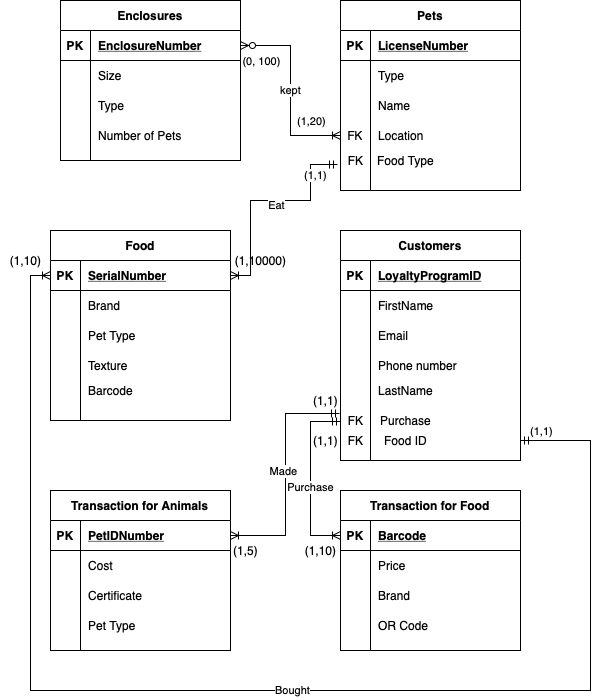
The draw.io diagram images/PetShop.png in lqr5252/Lab-1, before a commit. Source tidied: cells renumbered, new cells last; positions are measured from the earlier drawing's top-left corner, leaving out a move shared by most shapes.
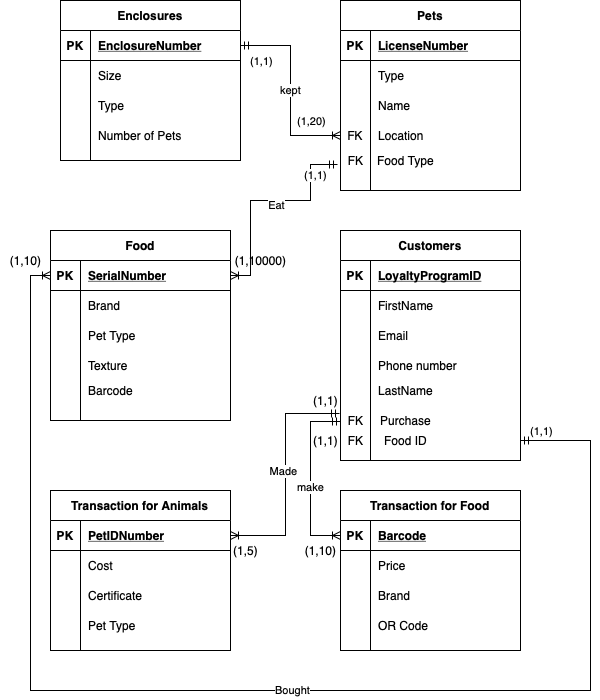
The same diagram one commit later.

The edit, as a diff of the source:
```diff
@@ -158,10 +158,10 @@
     <mxCell id="53" value="Number of Pets" style="shape=partialRectangle;fillColor=none;top=0;left=0;bottom=0;right=0;align=left;spacingLeft=6;overflow=hidden;" parent="51" vertex="1">
       <mxGeometry x="30" width="150" height="30" as="geometry" />
     </mxCell>
-    <mxCell id="54" value="kept" style="edgeStyle=orthogonalEdgeStyle;rounded=0;jettySize=auto;html=1;exitX=1;exitY=0.5;exitDx=0;exitDy=0;entryX=0;entryY=0.5;entryDx=0;entryDy=0;startArrow=ERzeroToMany;startFill=1;endArrow=ERoneToMany;endFill=0;" parent="1" edge="1" source="42" target="38">
+    <mxCell id="54" value="kept" style="edgeStyle=orthogonalEdgeStyle;rounded=0;jettySize=auto;html=1;exitX=1;exitY=0.5;exitDx=0;exitDy=0;entryX=0;entryY=0.5;entryDx=0;entryDy=0;startArrow=ERmandOne;startFill=0;endArrow=ERoneToMany;endFill=0;" parent="1" edge="1" source="42" target="38">
       <mxGeometry relative="1" as="geometry" />
     </mxCell>
-    <mxCell id="55" value="(0, 100)" style="edgeLabel;html=1;align=center;verticalAlign=middle;" parent="54" vertex="1">
+    <mxCell id="55" value="(1,1)" style="edgeLabel;html=1;align=center;verticalAlign=middle;" parent="54" vertex="1">
       <mxGeometry x="-0.78" y="-4" relative="1" as="geometry">
         <mxPoint x="-1" y="11" as="offset" />
       </mxGeometry>
@@ -311,7 +311,7 @@
         </Array>
       </mxGeometry>
     </mxCell>
-    <mxCell id="96" value="Purchase" style="edgeLabel;html=1;align=center;verticalAlign=middle;" parent="95" vertex="1">
+    <mxCell id="96" value="make" style="edgeLabel;html=1;align=center;verticalAlign=middle;" parent="95" vertex="1">
       <mxGeometry x="-0.09" y="1" relative="1" as="geometry" />
     </mxCell>
     <mxCell id="97" style="edgeStyle=orthogonalEdgeStyle;rounded=0;jettySize=auto;html=1;exitX=1;exitY=0.5;exitDx=0;exitDy=0;entryX=-0.033;entryY=0.15;entryDx=0;entryDy=0;entryPerimeter=0;startArrow=ERoneToMany;startFill=0;endArrow=ERmandOne;endFill=0;" parent="1" edge="1" source="3" target="94">
```
